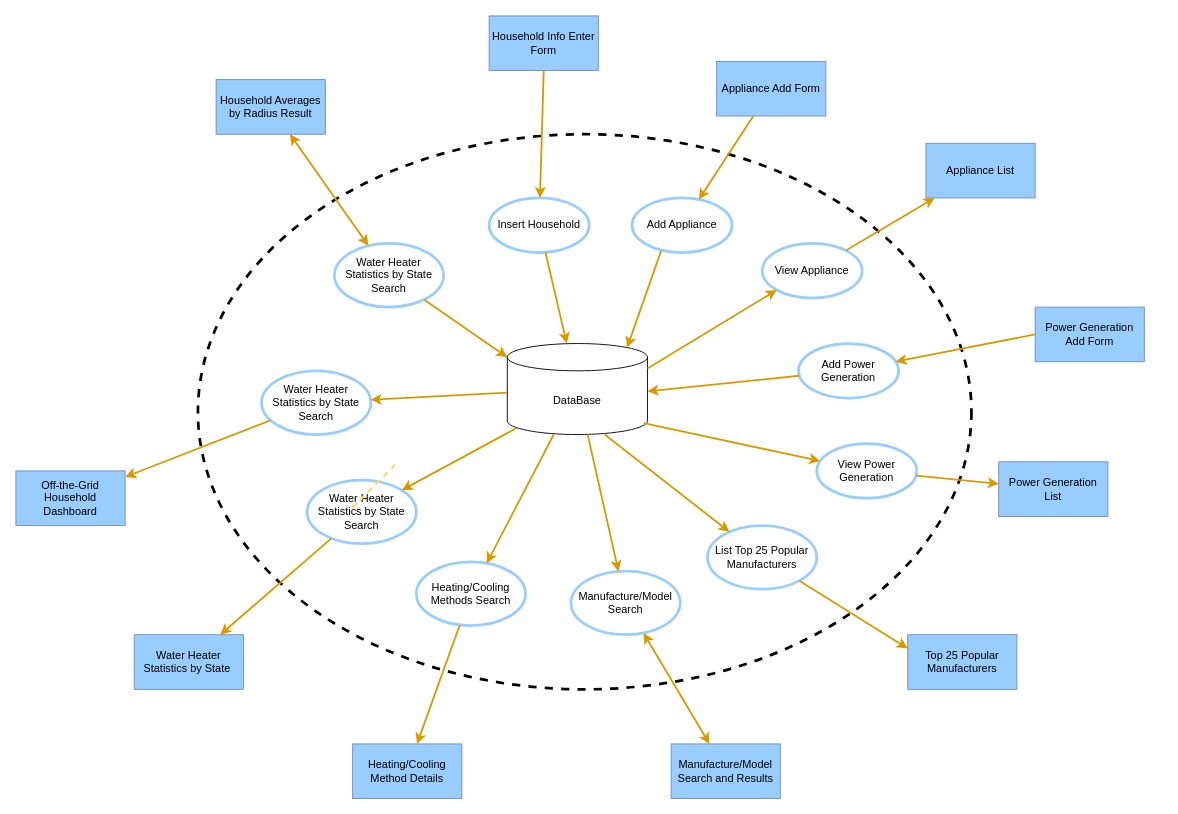
Above: IFD.drawio in isteven-shu/image-library (draw.io), before the change. Source tidied: cells renumbered, new cells numbered last; positions are measured from the earlier drawing's top-left corner, leaving out a move shared by most shapes. Both pictures are drawn from the tidied source at 91%, with x=0, y=0 at pixel (15, 15).
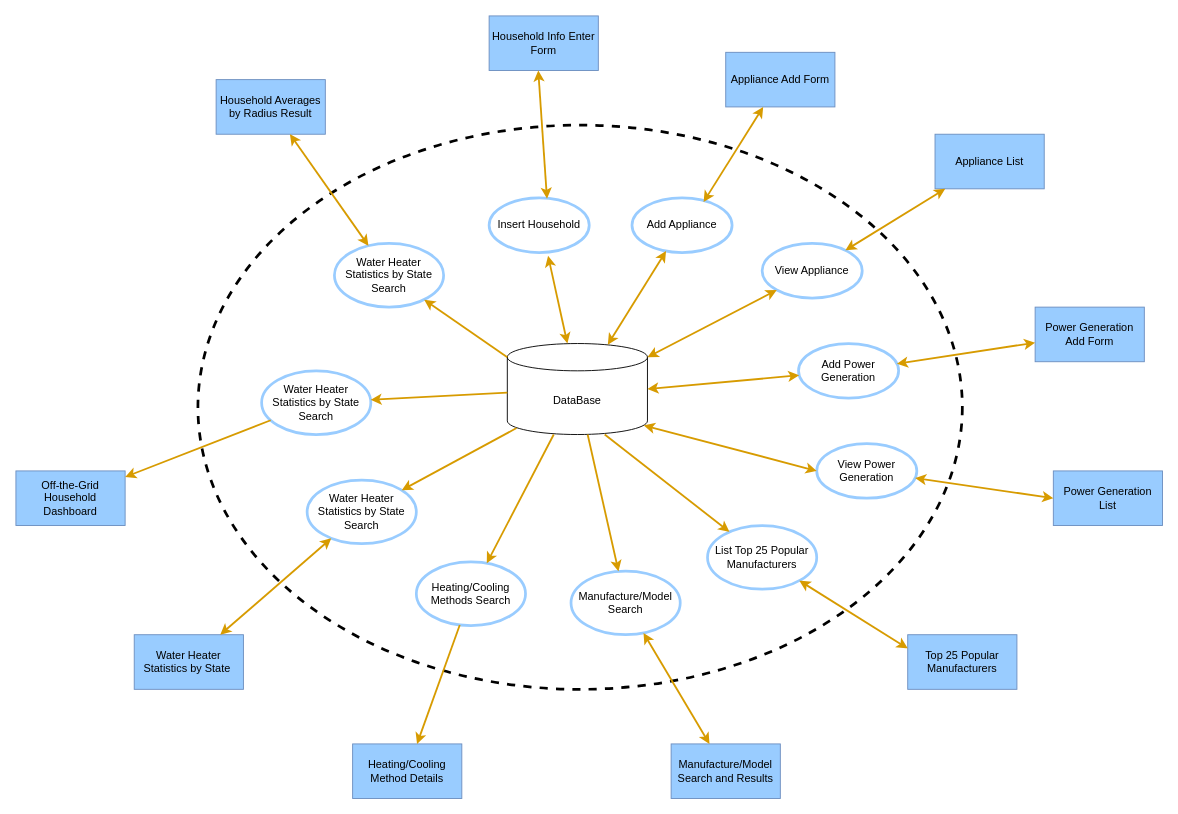
The same page after the edit.

The change refers to these unchanged cells:
```xml
<mxCell id="3" value="DataBase" style="shape=cylinder3;whiteSpace=wrap;html=1;boundedLbl=1;backgroundOutline=1;size=15;" parent="1" vertex="1">
  <mxGeometry x="540" y="360" width="154" height="100" as="geometry" />
</mxCell>
<mxCell id="4" value="Household Info Enter Form" style="rounded=0;whiteSpace=wrap;html=1;fillColor=#99CCFF;strokeColor=#6c8ebf;" parent="1" vertex="1">
  <mxGeometry x="520" width="120" height="60" as="geometry" />
</mxCell>
<mxCell id="5" value="Insert Household" style="ellipse;whiteSpace=wrap;html=1;strokeColor=#99CCFF;strokeWidth=3;" parent="1" vertex="1">
  <mxGeometry x="520" y="200" width="110" height="60" as="geometry" />
</mxCell>
<mxCell id="8" value="Add Appliance" style="ellipse;whiteSpace=wrap;html=1;strokeColor=#99CCFF;strokeWidth=3;" parent="1" vertex="1">
  <mxGeometry x="677" y="200" width="110" height="60" as="geometry" />
</mxCell>
<mxCell id="12" value="View Appliance" style="ellipse;whiteSpace=wrap;html=1;strokeColor=#99CCFF;strokeWidth=3;" parent="1" vertex="1">
  <mxGeometry x="820" y="250" width="110" height="60" as="geometry" />
</mxCell>
<mxCell id="15" value="Power Generation Add Form" style="rounded=0;whiteSpace=wrap;html=1;fillColor=#99CCFF;strokeColor=#6c8ebf;" parent="1" vertex="1">
  <mxGeometry x="1120" y="320" width="120" height="60" as="geometry" />
</mxCell>
<mxCell id="16" value="Add Power Generation" style="ellipse;whiteSpace=wrap;html=1;strokeColor=#99CCFF;strokeWidth=3;" parent="1" vertex="1">
  <mxGeometry x="860" y="360" width="110" height="60" as="geometry" />
</mxCell>
<mxCell id="21" value="View Power Generation" style="ellipse;whiteSpace=wrap;html=1;strokeColor=#99CCFF;strokeWidth=3;" parent="1" vertex="1">
  <mxGeometry x="880" y="470" width="110" height="60" as="geometry" />
</mxCell>
<mxCell id="24" value="List Top 25 Popular Manufacturers" style="ellipse;whiteSpace=wrap;html=1;strokeColor=#99CCFF;strokeWidth=3;" parent="1" vertex="1">
  <mxGeometry x="760" y="560" width="120" height="70" as="geometry" />
</mxCell>
<mxCell id="25" value="Top 25 Popular Manufacturers" style="rounded=0;whiteSpace=wrap;html=1;fillColor=#99CCFF;strokeColor=#6c8ebf;" parent="1" vertex="1">
  <mxGeometry x="980" y="680" width="120" height="60" as="geometry" />
</mxCell>
<mxCell id="36" value="Water Heater Statistics by State&amp;nbsp;" style="rounded=0;whiteSpace=wrap;html=1;fillColor=#99CCFF;strokeColor=#6c8ebf;" parent="1" vertex="1">
  <mxGeometry x="130" y="680" width="120" height="60" as="geometry" />
</mxCell>
<mxCell id="37" value="Water Heater Statistics by State Search" style="ellipse;whiteSpace=wrap;html=1;strokeColor=#99CCFF;strokeWidth=3;" parent="1" vertex="1">
  <mxGeometry x="320" y="510" width="120" height="70" as="geometry" />
</mxCell>
<mxCell id="45" value="Water Heater Statistics by State Search" style="ellipse;whiteSpace=wrap;html=1;strokeColor=#99CCFF;strokeWidth=3;" parent="1" vertex="1">
  <mxGeometry x="350" y="250" width="120" height="70" as="geometry" />
</mxCell>
```

What changed in the source:
```diff
@@
     <mxCell id="2" style="ellipse;whiteSpace=wrap;html=1;strokeWidth=3;fillStyle=dots;dashed=1;fillColor=none;" parent="1" vertex="1">
-      <mxGeometry x="200" y="130" width="850" height="610" as="geometry" />
+      <mxGeometry x="200" y="120" width="840" height="620" as="geometry" />
     </mxCell>
@@
-    <mxCell id="6" style="endArrow=classic;html=1;rounded=0;exitX=0.5;exitY=1;exitDx=0;exitDy=0;fillColor=#ffe6cc;strokeColor=#d79b00;strokeWidth=2;" parent="1" edge="1" source="4" target="5">
-      <mxGeometry relative="1" as="geometry" />
-    </mxCell>
     <mxCell id="7" value="Appliance Add Form" style="rounded=0;whiteSpace=wrap;html=1;fillColor=#99CCFF;strokeColor=#6c8ebf;" parent="1" vertex="1">
-      <mxGeometry x="770" y="50" width="120" height="60" as="geometry" />
+      <mxGeometry x="780" y="40" width="120" height="60" as="geometry" />
     </mxCell>
@@
-    <mxCell id="9" style="endArrow=classic;html=1;rounded=0;fillColor=#ffe6cc;strokeColor=#d79b00;strokeWidth=2;" parent="1" edge="1" source="7" target="8">
-      <mxGeometry relative="1" as="geometry" />
-    </mxCell>
-    <mxCell id="10" style="endArrow=classic;html=1;rounded=0;fillColor=#ffe6cc;strokeColor=#d79b00;strokeWidth=2;exitX=0.29;exitY=0.974;exitDx=0;exitDy=0;exitPerimeter=0;entryX=0.855;entryY=0;entryDx=0;entryDy=4.35;entryPerimeter=0;" parent="1" edge="1" source="8" target="3">
-      <mxGeometry relative="1" as="geometry" />
-    </mxCell>
     <mxCell id="11" value="Appliance List" style="rounded=0;whiteSpace=wrap;html=1;fillColor=#99CCFF;strokeColor=#6c8ebf;" parent="1" vertex="1">
-      <mxGeometry x="1000" y="140" width="120" height="60" as="geometry" />
+      <mxGeometry x="1010" y="130" width="120" height="60" as="geometry" />
     </mxCell>
@@
-    <mxCell id="13" style="endArrow=classic;html=1;rounded=0;fillColor=#ffe6cc;strokeColor=#d79b00;strokeWidth=2;entryX=0;entryY=1;entryDx=0;entryDy=0;exitX=1;exitY=0;exitDx=0;exitDy=27.5;exitPerimeter=0;" parent="1" edge="1" source="3" target="12">
-      <mxGeometry relative="1" as="geometry" />
-    </mxCell>
-    <mxCell id="14" style="endArrow=classic;html=1;rounded=0;fillColor=#ffe6cc;strokeColor=#d79b00;strokeWidth=2;" parent="1" edge="1" source="12" target="11">
-      <mxGeometry relative="1" as="geometry" />
-    </mxCell>
@@
-    <mxCell id="17" style="endArrow=classic;html=1;rounded=0;fillColor=#ffe6cc;strokeColor=#d79b00;strokeWidth=2;exitX=0;exitY=0.5;exitDx=0;exitDy=0;" parent="1" edge="1" source="15" target="16">
-      <mxGeometry relative="1" as="geometry" />
-    </mxCell>
-    <mxCell id="18" style="endArrow=classic;html=1;rounded=0;fillColor=#ffe6cc;strokeColor=#d79b00;strokeWidth=2;entryX=1;entryY=0;entryDx=0;entryDy=52.5;entryPerimeter=0;" parent="1" edge="1" source="16" target="3">
-      <mxGeometry relative="1" as="geometry" />
-    </mxCell>
-    <mxCell id="19" style="endArrow=classic;html=1;rounded=0;fillColor=#ffe6cc;strokeColor=#d79b00;strokeWidth=2;" parent="1" edge="1" source="5" target="3">
-      <mxGeometry relative="1" as="geometry" />
-    </mxCell>
     <mxCell id="20" value="Power Generation List" style="rounded=0;whiteSpace=wrap;html=1;fillColor=#99CCFF;strokeColor=#6c8ebf;" parent="1" vertex="1">
-      <mxGeometry x="1080" y="490" width="120" height="60" as="geometry" />
+      <mxGeometry x="1140" y="500" width="120" height="60" as="geometry" />
     </mxCell>
@@
-    <mxCell id="22" style="endArrow=classic;html=1;rounded=0;fillColor=#ffe6cc;strokeColor=#d79b00;strokeWidth=2;exitX=0.974;exitY=0.875;exitDx=0;exitDy=0;exitPerimeter=0;" parent="1" edge="1" source="3" target="21">
-      <mxGeometry relative="1" as="geometry" />
-    </mxCell>
-    <mxCell id="23" style="endArrow=classic;html=1;rounded=0;fillColor=#ffe6cc;strokeColor=#d79b00;strokeWidth=2;" parent="1" edge="1" source="21" target="20">
-      <mxGeometry relative="1" as="geometry" />
-    </mxCell>
@@
-    <mxCell id="27" style="endArrow=classic;html=1;rounded=0;fillColor=#ffe6cc;strokeColor=#d79b00;strokeWidth=2;entryX=0;entryY=0.25;entryDx=0;entryDy=0;" parent="1" edge="1" source="24" target="25">
-      <mxGeometry relative="1" as="geometry" />
-    </mxCell>
@@
-    <mxCell id="39" style="endArrow=classic;html=1;rounded=0;fillColor=#ffe6cc;strokeColor=#d79b00;strokeWidth=2;" parent="1" edge="1" source="37" target="36">
-      <mxGeometry relative="1" as="geometry" />
-    </mxCell>
@@
-    <mxCell id="47" style="endArrow=classic;html=1;rounded=0;fillColor=#ffe6cc;strokeColor=#d79b00;strokeWidth=2;entryX=0;entryY=0;entryDx=0;entryDy=15;entryPerimeter=0;" parent="1" edge="1" source="45" target="3">
-      <mxGeometry relative="1" as="geometry" />
-    </mxCell>
-    <mxCell id="48" style="endArrow=none;dashed=1;html=1;rounded=0;strokeColor=#FFD966;strokeWidth=2;" parent="1" edge="1">
-      <mxGeometry relative="1" as="geometry">
-        <mxPoint x="370" y="540" as="sourcePoint" />
-        <mxPoint x="420" y="490" as="targetPoint" />
-      </mxGeometry>
-    </mxCell>
-    <mxCell id="49" style="endArrow=none;dashed=1;html=1;rounded=0;strokeColor=#FFD966;strokeWidth=2;" parent="1" edge="1">
-      <mxGeometry relative="1" as="geometry">
-        <mxPoint x="370" y="540" as="sourcePoint" />
-        <mxPoint x="420" y="490" as="targetPoint" />
-      </mxGeometry>
-    </mxCell>
+    <mxCell id="50" style="endArrow=classic;startArrow=classic;html=1;rounded=0;strokeWidth=2;strokeColor=#d79b00;fillColor=#ffe6cc;" parent="1" edge="1" source="11" target="12">
+      <mxGeometry relative="1" as="geometry" />
+    </mxCell>
+    <mxCell id="13" style="endArrow=classic;startArrow=classic;html=1;rounded=0;strokeWidth=2;strokeColor=#d79b00;fillColor=#ffe6cc;entryX=0;entryY=1;entryDx=0;entryDy=0;exitX=1;exitY=0;exitDx=0;exitDy=15;exitPerimeter=0;" parent="1" edge="1" source="3" target="12">
+      <mxGeometry relative="1" as="geometry" />
+    </mxCell>
+    <mxCell id="51" style="endArrow=classic;startArrow=classic;html=1;rounded=0;strokeWidth=2;strokeColor=#d79b00;fillColor=#ffe6cc;exitX=0;exitY=0.5;exitDx=0;exitDy=0;" parent="1" edge="1" source="21">
+      <mxGeometry relative="1" as="geometry">
+        <mxPoint x="690" y="450" as="targetPoint" />
+      </mxGeometry>
+    </mxCell>
+    <mxCell id="52" style="endArrow=classic;startArrow=classic;html=1;rounded=0;strokeWidth=2;strokeColor=#d79b00;fillColor=#ffe6cc;exitX=0;exitY=0.5;exitDx=0;exitDy=0;" parent="1" edge="1" source="20" target="21">
+      <mxGeometry relative="1" as="geometry" />
+    </mxCell>
+    <mxCell id="53" style="endArrow=classic;html=1;rounded=0;fillColor=#ffe6cc;strokeColor=#d79b00;strokeWidth=2;exitX=0;exitY=0;exitDx=0;exitDy=15;exitPerimeter=0;" parent="1" edge="1" source="3" target="45">
+      <mxGeometry relative="1" as="geometry" />
+    </mxCell>
+    <mxCell id="54" style="endArrow=classic;startArrow=classic;html=1;rounded=0;strokeWidth=2;strokeColor=#d79b00;fillColor=#ffe6cc;exitX=0.578;exitY=0.013;exitDx=0;exitDy=0;exitPerimeter=0;" parent="1" edge="1" source="5">
+      <mxGeometry relative="1" as="geometry">
+        <mxPoint x="574" y="60" as="targetPoint" />
+      </mxGeometry>
+    </mxCell>
+    <mxCell id="55" style="endArrow=classic;startArrow=classic;html=1;rounded=0;strokeWidth=2;strokeColor=#d79b00;fillColor=#ffe6cc;entryX=0.589;entryY=1.061;entryDx=0;entryDy=0;entryPerimeter=0;" parent="1" edge="1" source="3" target="5">
+      <mxGeometry relative="1" as="geometry" />
+    </mxCell>
+    <mxCell id="56" style="endArrow=classic;startArrow=classic;html=1;rounded=0;strokeWidth=2;strokeColor=#d79b00;fillColor=#ffe6cc;exitX=0.717;exitY=0.013;exitDx=0;exitDy=0;exitPerimeter=0;" parent="1" edge="1" source="3" target="8">
+      <mxGeometry relative="1" as="geometry" />
+    </mxCell>
+    <mxCell id="57" style="endArrow=classic;startArrow=classic;html=1;rounded=0;strokeWidth=2;strokeColor=#d79b00;fillColor=#ffe6cc;exitX=0.715;exitY=0.074;exitDx=0;exitDy=0;exitPerimeter=0;" parent="1" edge="1" source="8" target="7">
+      <mxGeometry relative="1" as="geometry" />
+    </mxCell>
+    <mxCell id="58" style="endArrow=classic;startArrow=classic;html=1;rounded=0;strokeWidth=2;strokeColor=#d79b00;fillColor=#ffe6cc;exitX=1;exitY=0.5;exitDx=0;exitDy=0;exitPerimeter=0;" parent="1" edge="1" source="3" target="16">
+      <mxGeometry relative="1" as="geometry" />
+    </mxCell>
+    <mxCell id="59" style="endArrow=classic;startArrow=classic;html=1;rounded=0;strokeWidth=2;strokeColor=#d79b00;fillColor=#ffe6cc;" parent="1" edge="1" source="16" target="15">
+      <mxGeometry relative="1" as="geometry" />
+    </mxCell>
+    <mxCell id="27" style="endArrow=classic;startArrow=classic;html=1;rounded=0;strokeWidth=2;strokeColor=#d79b00;fillColor=#ffe6cc;entryX=0;entryY=0.25;entryDx=0;entryDy=0;" parent="1" edge="1" source="24" target="25">
+      <mxGeometry relative="1" as="geometry" />
+    </mxCell>
+    <mxCell id="60" style="endArrow=classic;startArrow=classic;html=1;rounded=0;strokeWidth=2;strokeColor=#d79b00;fillColor=#ffe6cc;" parent="1" edge="1" source="36" target="37">
+      <mxGeometry relative="1" as="geometry" />
+    </mxCell>
```
